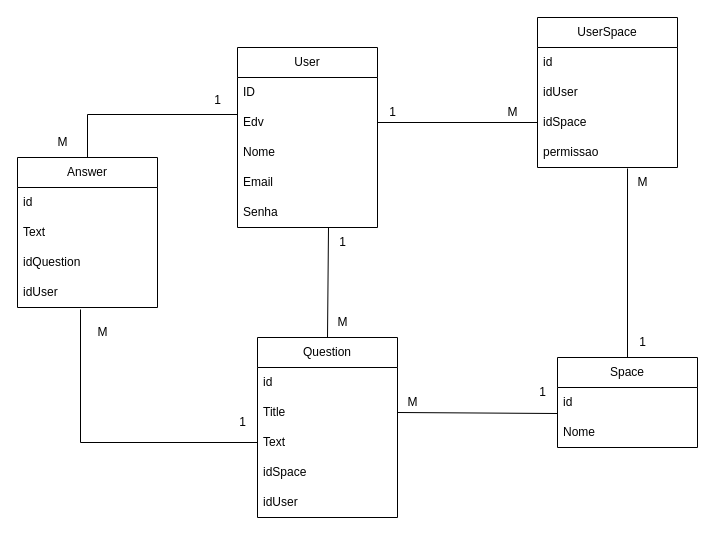
Earlier version of the draw.io diagram BoschOverflow.drawio (milena579/BoschOverflow). Source tidied: cells renumbered, new cells numbered last; positions are measured from the earlier drawing's top-left corner, leaving out a move shared by most shapes. Both pictures are drawn from the tidied source at 100%, with x=0, y=0 at pixel (17, 17).
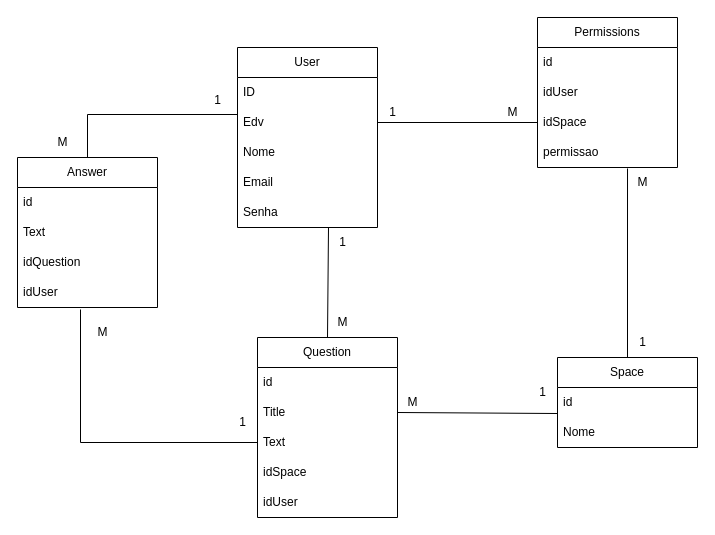
Above is the later version.

The edit, as a diff of the source:
```diff
@@
-    <mxCell id="22" value="UserSpace" style="swimlane;fontStyle=0;horizontal=1;startSize=30;whiteSpace=wrap;html=1;" parent="1" vertex="1">
+    <mxCell id="22" value="Permissions" style="swimlane;fontStyle=0;horizontal=1;startSize=30;whiteSpace=wrap;html=1;" parent="1" vertex="1">
       <mxGeometry x="520" width="140" height="150" as="geometry" />
     </mxCell>
```
